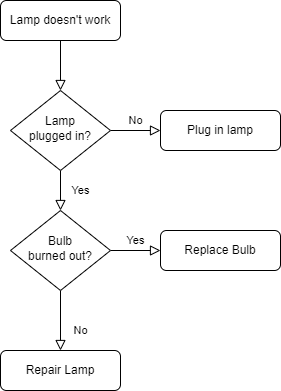
Before: 장애물 순서도.drawio.png, a diagram exported from draw.io (IVSTeam4/Practice). Source tidied: cells renumbered, new cells last; positions are measured from the earlier drawing's top-left corner, leaving out a move shared by most shapes.
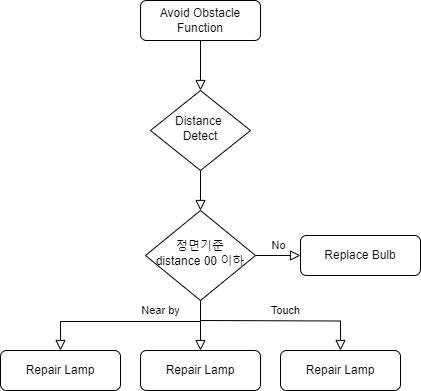
The same diagram one commit later.

Commit message:
장애물 순서도.drawio.png 업데이트

Diff of the diagram source:
```diff
@@ -5,35 +5,51 @@
     <mxCell id="2" style="rounded=0;html=1;jettySize=auto;fontSize=11;endArrow=block;endFill=0;endSize=8;strokeWidth=1;shadow=0;labelBackgroundColor=none;edgeStyle=orthogonalEdgeStyle;" parent="1" edge="1" source="3" target="6">
       <mxGeometry relative="1" as="geometry" />
     </mxCell>
-    <mxCell id="3" value="Lamp doesn't work" style="rounded=1;whiteSpace=wrap;html=1;fontSize=12;glass=0;strokeWidth=1;shadow=0;" parent="1" vertex="1">
+    <mxCell id="3" value="Avoid Obstacle Function" style="rounded=1;whiteSpace=wrap;html=1;fontSize=12;glass=0;strokeWidth=1;shadow=0;" parent="1" vertex="1">
       <mxGeometry width="120" height="40" as="geometry" />
     </mxCell>
-    <mxCell id="4" value="Yes" style="rounded=0;html=1;jettySize=auto;fontSize=11;endArrow=block;endFill=0;endSize=8;strokeWidth=1;shadow=0;labelBackgroundColor=none;edgeStyle=orthogonalEdgeStyle;" parent="1" edge="1" source="6" target="10">
+    <mxCell id="4" style="rounded=0;html=1;jettySize=auto;fontSize=11;endArrow=block;endFill=0;endSize=8;strokeWidth=1;shadow=0;labelBackgroundColor=none;edgeStyle=orthogonalEdgeStyle;" parent="1" edge="1" source="6" target="10">
       <mxGeometry y="20" relative="1" as="geometry" />
     </mxCell>
-    <mxCell id="5" value="No" style="edgeStyle=orthogonalEdgeStyle;rounded=0;html=1;jettySize=auto;fontSize=11;endArrow=block;endFill=0;endSize=8;strokeWidth=1;shadow=0;labelBackgroundColor=none;" parent="1" edge="1" source="6" target="7">
-      <mxGeometry y="10" relative="1" as="geometry" />
-    </mxCell>
-    <mxCell id="6" value="Lamp&lt;br&gt;plugged in?" style="rhombus;whiteSpace=wrap;html=1;shadow=0;fontFamily=Helvetica;fontSize=12;align=center;strokeWidth=1;spacing=6;spacingTop=-4;" parent="1" vertex="1">
+    <mxCell id="6" value="Distance&amp;nbsp;&lt;div&gt;Detect&lt;/div&gt;" style="rhombus;whiteSpace=wrap;html=1;shadow=0;fontFamily=Helvetica;fontSize=12;align=center;strokeWidth=1;spacing=6;spacingTop=-4;" parent="1" vertex="1">
       <mxGeometry x="10" y="90" width="100" height="80" as="geometry" />
     </mxCell>
-    <mxCell id="7" value="Plug in lamp" style="rounded=1;whiteSpace=wrap;html=1;fontSize=12;glass=0;strokeWidth=1;shadow=0;" parent="1" vertex="1">
-      <mxGeometry x="160" y="110" width="120" height="40" as="geometry" />
-    </mxCell>
-    <mxCell id="8" value="No" style="rounded=0;html=1;jettySize=auto;fontSize=11;endArrow=block;endFill=0;endSize=8;strokeWidth=1;shadow=0;labelBackgroundColor=none;edgeStyle=orthogonalEdgeStyle;" parent="1" edge="1" source="10" target="11">
-      <mxGeometry x="0.33" y="20" relative="1" as="geometry" />
+    <mxCell id="8" style="rounded=0;html=1;jettySize=auto;fontSize=11;endArrow=block;endFill=0;endSize=8;strokeWidth=1;shadow=0;labelBackgroundColor=none;edgeStyle=orthogonalEdgeStyle;" parent="1" edge="1" source="10" target="11">
+      <mxGeometry x="-0.6" y="20" relative="1" as="geometry" />
     </mxCell>
-    <mxCell id="9" value="Yes" style="edgeStyle=orthogonalEdgeStyle;rounded=0;html=1;jettySize=auto;fontSize=11;endArrow=block;endFill=0;endSize=8;strokeWidth=1;shadow=0;labelBackgroundColor=none;" parent="1" edge="1" source="10" target="12">
+    <mxCell id="9" value="No" style="edgeStyle=orthogonalEdgeStyle;rounded=0;html=1;jettySize=auto;fontSize=11;endArrow=block;endFill=0;endSize=8;strokeWidth=1;shadow=0;labelBackgroundColor=none;" parent="1" edge="1" source="10" target="12">
       <mxGeometry y="10" relative="1" as="geometry" />
     </mxCell>
-    <mxCell id="10" value="Bulb&lt;br&gt;burned out?" style="rhombus;whiteSpace=wrap;html=1;shadow=0;fontFamily=Helvetica;fontSize=12;align=center;strokeWidth=1;spacing=6;spacingTop=-4;" parent="1" vertex="1">
-      <mxGeometry x="10" y="210" width="100" height="80" as="geometry" />
+    <mxCell id="10" value="정면기준&lt;div&gt;distance 00 이하&lt;/div&gt;" style="rhombus;whiteSpace=wrap;html=1;shadow=0;fontFamily=Helvetica;fontSize=12;align=center;strokeWidth=1;spacing=6;spacingTop=-4;" parent="1" vertex="1">
+      <mxGeometry x="5" y="210" width="110" height="90" as="geometry" />
     </mxCell>
     <mxCell id="11" value="Repair Lamp" style="rounded=1;whiteSpace=wrap;html=1;fontSize=12;glass=0;strokeWidth=1;shadow=0;" parent="1" vertex="1">
       <mxGeometry y="350" width="120" height="40" as="geometry" />
     </mxCell>
     <mxCell id="12" value="Replace Bulb" style="rounded=1;whiteSpace=wrap;html=1;fontSize=12;glass=0;strokeWidth=1;shadow=0;" parent="1" vertex="1">
-      <mxGeometry x="160" y="230" width="120" height="40" as="geometry" />
+      <mxGeometry x="160" y="235" width="120" height="40" as="geometry" />
     </mxCell>
+    <mxCell id="13" value="Repair Lamp" style="rounded=1;whiteSpace=wrap;html=1;fontSize=12;glass=0;strokeWidth=1;shadow=0;" parent="1" vertex="1">
+      <mxGeometry x="140" y="350" width="120" height="40" as="geometry" />
+    </mxCell>
+    <mxCell id="14" value="Repair Lamp" style="rounded=1;whiteSpace=wrap;html=1;fontSize=12;glass=0;strokeWidth=1;shadow=0;" parent="1" vertex="1">
+      <mxGeometry x="-140" y="350" width="120" height="40" as="geometry" />
+    </mxCell>
+    <mxCell id="15" value="Touch" style="edgeStyle=orthogonalEdgeStyle;rounded=0;html=1;jettySize=auto;fontSize=11;endArrow=block;endFill=0;endSize=8;strokeWidth=1;shadow=0;labelBackgroundColor=none;entryX=0.5;entryY=0;entryDx=0;entryDy=0;" parent="1" edge="1" target="13">
+      <mxGeometry y="10" relative="1" as="geometry">
+        <mxPoint x="60" y="320" as="sourcePoint" />
+      </mxGeometry>
+    </mxCell>
+    <mxCell id="16" value="Near by" style="edgeStyle=orthogonalEdgeStyle;rounded=0;html=1;jettySize=auto;orthogonalLoop=1;fontSize=11;endArrow=block;endFill=0;endSize=8;strokeWidth=1;shadow=0;labelBackgroundColor=none;" parent="1" edge="1">
+      <mxGeometry x="-0.52" y="-11" relative="1" as="geometry">
+        <mxPoint x="60" y="320" as="sourcePoint" />
+        <mxPoint x="-80" y="350" as="targetPoint" />
+        <Array as="points">
+          <mxPoint x="60" y="320" />
+          <mxPoint x="60" y="321" />
+          <mxPoint x="-80" y="321" />
+        </Array>
+      </mxGeometry>
+    </mxCell>
   </root>
 </mxGraphModel>
```
